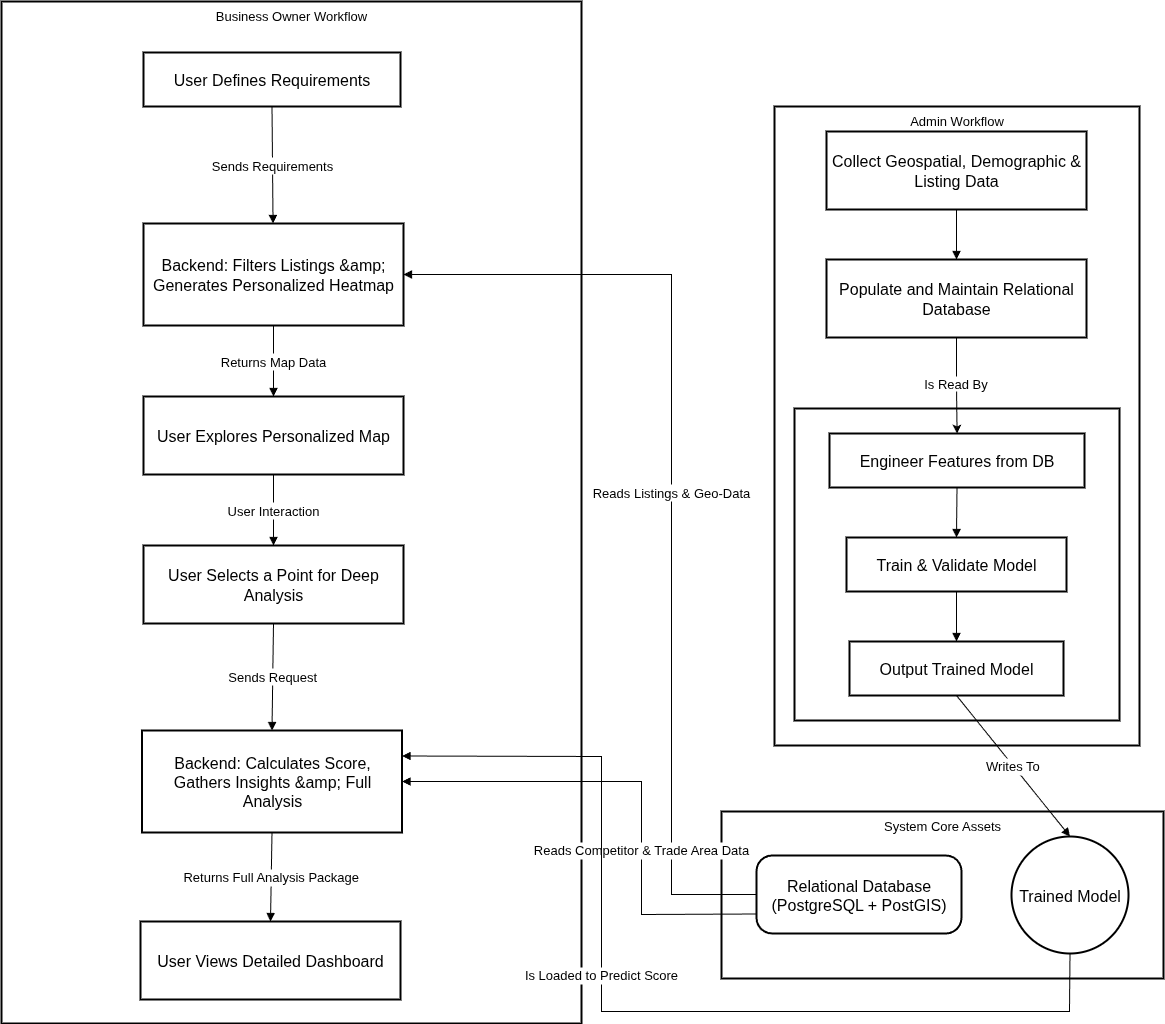
Earlier version of the draw.io export img/WorkflowDiagram.png (Sujalcha7/SiteX_Doc). Source tidied: cells renumbered, new cells last; positions are measured from the earlier drawing's top-left corner, leaving out a move shared by most shapes. Source of this version:
```xml
<mxGraphModel>
  <root>
    <mxCell id="0" />
    <mxCell id="1" parent="0" />
    <mxCell id="2" value="Business Owner Workflow" style="whiteSpace=wrap;strokeWidth=2;verticalAlign=top;fontSize=13;" parent="1" vertex="1">
      <mxGeometry width="580" height="1022" as="geometry" />
    </mxCell>
    <mxCell id="3" value="System Core Assets" style="whiteSpace=wrap;strokeWidth=2;verticalAlign=top;fontSize=13;" parent="1" vertex="1">
      <mxGeometry x="720" y="810" width="442" height="167" as="geometry" />
    </mxCell>
    <mxCell id="4" value="Admin Workflow" style="whiteSpace=wrap;strokeWidth=2;verticalAlign=top;fontSize=13;" parent="1" vertex="1">
      <mxGeometry x="773" y="105" width="365" height="639" as="geometry" />
    </mxCell>
    <mxCell id="5" value="ML Pipeline" style="whiteSpace=wrap;strokeWidth=2;fontSize=13;" parent="1" vertex="1">
      <mxGeometry x="793" y="407" width="325" height="312" as="geometry" />
    </mxCell>
    <mxCell id="6" value="Engineer Features from DB" style="whiteSpace=wrap;strokeWidth=2;fontSize=16;" parent="1" vertex="1">
      <mxGeometry x="828" y="432" width="255" height="54" as="geometry" />
    </mxCell>
    <mxCell id="7" value="Train &amp; Validate Model" style="whiteSpace=wrap;strokeWidth=2;fontSize=16;" parent="1" vertex="1">
      <mxGeometry x="845" y="536" width="220" height="54" as="geometry" />
    </mxCell>
    <mxCell id="8" value="Output Trained Model" style="whiteSpace=wrap;strokeWidth=2;fontSize=16;" parent="1" vertex="1">
      <mxGeometry x="848" y="640" width="214" height="54" as="geometry" />
    </mxCell>
    <mxCell id="9" value="Collect Geospatial, Demographic &amp; Listing Data" style="whiteSpace=wrap;strokeWidth=2;fontSize=16;" parent="1" vertex="1">
      <mxGeometry x="825" y="130" width="260" height="78" as="geometry" />
    </mxCell>
    <mxCell id="10" style="edgeStyle=orthogonalEdgeStyle;rounded=0;jettySize=auto;html=1;exitX=0.5;exitY=1;exitDx=0;exitDy=0;fontSize=13;" parent="1" edge="1" source="12" target="6">
      <mxGeometry relative="1" as="geometry" />
    </mxCell>
    <mxCell id="11" value="Is Read By" style="edgeLabel;html=1;align=center;verticalAlign=middle;fontSize=13;" parent="10" vertex="1">
      <mxGeometry x="-0.05" y="-2" relative="1" as="geometry" />
    </mxCell>
    <mxCell id="12" value="Populate and Maintain Relational Database" style="whiteSpace=wrap;strokeWidth=2;fontSize=16;" parent="1" vertex="1">
      <mxGeometry x="825" y="258" width="260" height="78" as="geometry" />
    </mxCell>
    <mxCell id="13" value="Relational Database&#10;(PostgreSQL + PostGIS)" style="rounded=1;arcSize=20;strokeWidth=2;fontSize=16;" parent="1" vertex="1">
      <mxGeometry x="755" y="854" width="205" height="78" as="geometry" />
    </mxCell>
    <mxCell id="14" value="Trained Model" style="ellipse;strokeWidth=2;whiteSpace=wrap;fontSize=16;" parent="1" vertex="1">
      <mxGeometry x="1010" y="835" width="117" height="117" as="geometry" />
    </mxCell>
    <mxCell id="15" value="User Defines Requirements" style="whiteSpace=wrap;strokeWidth=2;fontSize=16;" parent="1" vertex="1">
      <mxGeometry x="142" y="51" width="257" height="54" as="geometry" />
    </mxCell>
    <mxCell id="16" value="Backend: Filters Listings &amp;amp;&#10;Generates Personalized Heatmap" style="whiteSpace=wrap;strokeWidth=2;fontSize=16;" parent="1" vertex="1">
      <mxGeometry x="142" y="222" width="260" height="102" as="geometry" />
    </mxCell>
    <mxCell id="17" value="User Explores Personalized Map" style="whiteSpace=wrap;strokeWidth=2;fontSize=16;" parent="1" vertex="1">
      <mxGeometry x="142" y="395" width="260" height="78" as="geometry" />
    </mxCell>
    <mxCell id="18" value="User Selects a Point for Deep Analysis" style="whiteSpace=wrap;strokeWidth=2;fontSize=16;" parent="1" vertex="1">
      <mxGeometry x="142" y="544" width="260" height="78" as="geometry" />
    </mxCell>
    <mxCell id="19" value="Backend: Calculates Score,&#10;Gathers Insights &amp;amp; Full Analysis" style="whiteSpace=wrap;strokeWidth=2;fontSize=16;" parent="1" vertex="1">
      <mxGeometry x="140.5" y="729" width="260" height="102" as="geometry" />
    </mxCell>
    <mxCell id="20" value="User Views Detailed Dashboard" style="whiteSpace=wrap;strokeWidth=2;fontSize=16;" parent="1" vertex="1">
      <mxGeometry x="139" y="920" width="260" height="78" as="geometry" />
    </mxCell>
    <mxCell id="21" style="curved=1;startArrow=none;endArrow=block;exitX=0.5;exitY=1;entryX=0.5;entryY=0;rounded=0;fontSize=13;" parent="1" edge="1" source="9" target="12">
      <mxGeometry relative="1" as="geometry" />
    </mxCell>
    <mxCell id="22" style="curved=1;startArrow=none;endArrow=block;exitX=0.5;exitY=1;entryX=0.5;entryY=0;rounded=0;fontSize=13;" parent="1" edge="1" source="6" target="7">
      <mxGeometry relative="1" as="geometry" />
    </mxCell>
    <mxCell id="23" style="curved=1;startArrow=none;endArrow=block;exitX=0.5;exitY=1;entryX=0.5;entryY=0;rounded=0;fontSize=13;" parent="1" edge="1" source="7" target="8">
      <mxGeometry relative="1" as="geometry" />
    </mxCell>
    <mxCell id="24" value="Writes To" style="curved=1;startArrow=none;endArrow=block;exitX=0.5;exitY=1;entryX=0.5;entryY=0;rounded=0;fontSize=13;" parent="1" edge="1" source="8" target="14">
      <mxGeometry relative="1" as="geometry" />
    </mxCell>
    <mxCell id="25" value="Sends Requirements" style="curved=0;startArrow=none;endArrow=block;exitX=0.5;exitY=1.01;rounded=0;fontSize=13;" parent="1" edge="1" source="15" target="16">
      <mxGeometry relative="1" as="geometry" />
    </mxCell>
    <mxCell id="26" value="Reads Listings &amp; Geo-Data" style="curved=0;startArrow=none;endArrow=block;exitX=0;exitY=0.5;entryX=1;entryY=0.5;rounded=0;exitDx=0;exitDy=0;entryDx=0;entryDy=0;fontSize=13;" parent="1" edge="1" source="13" target="16">
      <mxGeometry relative="1" as="geometry">
        <Array as="points">
          <mxPoint x="670" y="893" />
          <mxPoint x="670" y="273" />
        </Array>
      </mxGeometry>
    </mxCell>
    <mxCell id="27" value="Returns Map Data" style="curved=1;startArrow=none;endArrow=block;exitX=0.5;exitY=1;entryX=0.5;entryY=0;rounded=0;fontSize=13;" parent="1" edge="1" source="16" target="17">
      <mxGeometry relative="1" as="geometry" />
    </mxCell>
    <mxCell id="28" value="User Interaction" style="curved=1;startArrow=none;endArrow=block;exitX=0.5;exitY=1;entryX=0.5;entryY=0;rounded=0;fontSize=13;" parent="1" edge="1" source="17" target="18">
      <mxGeometry relative="1" as="geometry" />
    </mxCell>
    <mxCell id="29" value="Sends Request" style="curved=0;startArrow=none;endArrow=block;exitX=0.5;exitY=1;entryX=0.5;entryY=0;rounded=0;entryDx=0;entryDy=0;fontSize=13;" parent="1" edge="1" source="18" target="19">
      <mxGeometry relative="1" as="geometry" />
    </mxCell>
    <mxCell id="30" value="Reads Competitor &amp; Trade Area Data" style="curved=0;startArrow=none;endArrow=block;entryX=1;entryY=0.5;rounded=0;entryDx=0;entryDy=0;exitX=0;exitY=0.75;exitDx=0;exitDy=0;fontSize=13;" parent="1" edge="1" source="13" target="19">
      <mxGeometry x="-0.26" relative="1" as="geometry">
        <Array as="points">
          <mxPoint x="640" y="913" />
          <mxPoint x="640" y="780" />
        </Array>
      </mxGeometry>
    </mxCell>
    <mxCell id="31" value="Is Loaded to Predict Score" style="curved=0;startArrow=none;endArrow=block;exitX=0.5;exitY=1;entryX=1;entryY=0.25;rounded=0;entryDx=0;entryDy=0;fontSize=13;" parent="1" edge="1" source="14" target="19">
      <mxGeometry x="0.15" relative="1" as="geometry">
        <Array as="points">
          <mxPoint x="1068" y="1010" />
          <mxPoint x="600" y="1010" />
          <mxPoint x="600" y="755" />
        </Array>
      </mxGeometry>
    </mxCell>
    <mxCell id="32" value="Returns Full Analysis Package" style="curved=1;startArrow=none;endArrow=block;exitX=0.5;exitY=1;entryX=0.5;entryY=0;rounded=0;fontSize=13;" parent="1" edge="1" source="19" target="20">
      <mxGeometry relative="1" as="geometry" />
    </mxCell>
  </root>
</mxGraphModel>
```
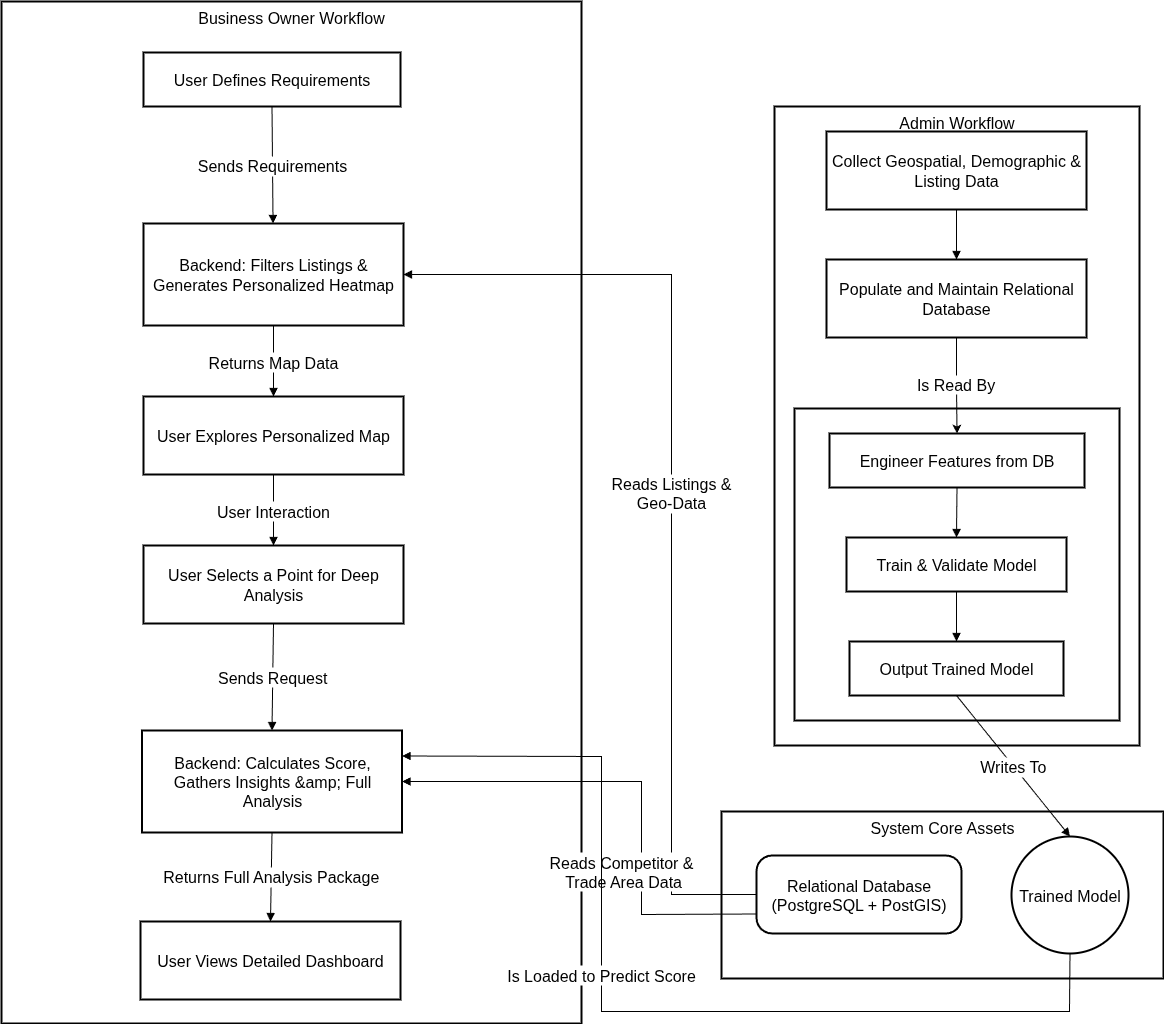
The same file after the commit.

Diff of the diagram source:
```diff
@@ -2,16 +2,16 @@
   <root>
     <mxCell id="0" />
     <mxCell id="1" parent="0" />
-    <mxCell id="2" value="Business Owner Workflow" style="whiteSpace=wrap;strokeWidth=2;verticalAlign=top;fontSize=13;" parent="1" vertex="1">
+    <mxCell id="2" value="Business Owner Workflow" style="whiteSpace=wrap;strokeWidth=2;verticalAlign=top;fontSize=16;" parent="1" vertex="1">
       <mxGeometry width="580" height="1022" as="geometry" />
     </mxCell>
-    <mxCell id="3" value="System Core Assets" style="whiteSpace=wrap;strokeWidth=2;verticalAlign=top;fontSize=13;" parent="1" vertex="1">
+    <mxCell id="3" value="System Core Assets" style="whiteSpace=wrap;strokeWidth=2;verticalAlign=top;fontSize=16;" parent="1" vertex="1">
       <mxGeometry x="720" y="810" width="442" height="167" as="geometry" />
     </mxCell>
-    <mxCell id="4" value="Admin Workflow" style="whiteSpace=wrap;strokeWidth=2;verticalAlign=top;fontSize=13;" parent="1" vertex="1">
+    <mxCell id="4" value="Admin Workflow" style="whiteSpace=wrap;strokeWidth=2;verticalAlign=top;fontSize=16;" parent="1" vertex="1">
       <mxGeometry x="773" y="105" width="365" height="639" as="geometry" />
     </mxCell>
-    <mxCell id="5" value="ML Pipeline" style="whiteSpace=wrap;strokeWidth=2;fontSize=13;" parent="1" vertex="1">
+    <mxCell id="5" value="ML Pipeline" style="whiteSpace=wrap;strokeWidth=2;fontSize=16;" parent="1" vertex="1">
       <mxGeometry x="793" y="407" width="325" height="312" as="geometry" />
     </mxCell>
     <mxCell id="6" value="Engineer Features from DB" style="whiteSpace=wrap;strokeWidth=2;fontSize=16;" parent="1" vertex="1">
@@ -26,10 +26,10 @@
     <mxCell id="9" value="Collect Geospatial, Demographic &amp; Listing Data" style="whiteSpace=wrap;strokeWidth=2;fontSize=16;" parent="1" vertex="1">
       <mxGeometry x="825" y="130" width="260" height="78" as="geometry" />
     </mxCell>
-    <mxCell id="10" style="edgeStyle=orthogonalEdgeStyle;rounded=0;jettySize=auto;html=1;exitX=0.5;exitY=1;exitDx=0;exitDy=0;fontSize=13;" parent="1" edge="1" source="12" target="6">
+    <mxCell id="10" style="edgeStyle=orthogonalEdgeStyle;rounded=0;jettySize=auto;html=1;exitX=0.5;exitY=1;exitDx=0;exitDy=0;fontSize=16;" parent="1" edge="1" source="12" target="6">
       <mxGeometry relative="1" as="geometry" />
     </mxCell>
-    <mxCell id="11" value="Is Read By" style="edgeLabel;html=1;align=center;verticalAlign=middle;fontSize=13;" parent="10" vertex="1">
+    <mxCell id="11" value="Is Read By" style="edgeLabel;html=1;align=center;verticalAlign=middle;fontSize=16;" parent="10" vertex="1">
       <mxGeometry x="-0.05" y="-2" relative="1" as="geometry" />
     </mxCell>
     <mxCell id="12" value="Populate and Maintain Relational Database" style="whiteSpace=wrap;strokeWidth=2;fontSize=16;" parent="1" vertex="1">
@@ -44,7 +44,7 @@
     <mxCell id="15" value="User Defines Requirements" style="whiteSpace=wrap;strokeWidth=2;fontSize=16;" parent="1" vertex="1">
       <mxGeometry x="142" y="51" width="257" height="54" as="geometry" />
     </mxCell>
-    <mxCell id="16" value="Backend: Filters Listings &amp;amp;&#10;Generates Personalized Heatmap" style="whiteSpace=wrap;strokeWidth=2;fontSize=16;" parent="1" vertex="1">
+    <mxCell id="16" value="Backend: Filters Listings &amp;&#10;Generates Personalized Heatmap" style="whiteSpace=wrap;strokeWidth=2;fontSize=16;" parent="1" vertex="1">
       <mxGeometry x="142" y="222" width="260" height="102" as="geometry" />
     </mxCell>
     <mxCell id="17" value="User Explores Personalized Map" style="whiteSpace=wrap;strokeWidth=2;fontSize=16;" parent="1" vertex="1">
@@ -59,22 +59,22 @@
     <mxCell id="20" value="User Views Detailed Dashboard" style="whiteSpace=wrap;strokeWidth=2;fontSize=16;" parent="1" vertex="1">
       <mxGeometry x="139" y="920" width="260" height="78" as="geometry" />
     </mxCell>
-    <mxCell id="21" style="curved=1;startArrow=none;endArrow=block;exitX=0.5;exitY=1;entryX=0.5;entryY=0;rounded=0;fontSize=13;" parent="1" edge="1" source="9" target="12">
+    <mxCell id="21" style="curved=1;startArrow=none;endArrow=block;exitX=0.5;exitY=1;entryX=0.5;entryY=0;rounded=0;fontSize=16;" parent="1" edge="1" source="9" target="12">
       <mxGeometry relative="1" as="geometry" />
     </mxCell>
-    <mxCell id="22" style="curved=1;startArrow=none;endArrow=block;exitX=0.5;exitY=1;entryX=0.5;entryY=0;rounded=0;fontSize=13;" parent="1" edge="1" source="6" target="7">
+    <mxCell id="22" style="curved=1;startArrow=none;endArrow=block;exitX=0.5;exitY=1;entryX=0.5;entryY=0;rounded=0;fontSize=16;" parent="1" edge="1" source="6" target="7">
       <mxGeometry relative="1" as="geometry" />
     </mxCell>
-    <mxCell id="23" style="curved=1;startArrow=none;endArrow=block;exitX=0.5;exitY=1;entryX=0.5;entryY=0;rounded=0;fontSize=13;" parent="1" edge="1" source="7" target="8">
+    <mxCell id="23" style="curved=1;startArrow=none;endArrow=block;exitX=0.5;exitY=1;entryX=0.5;entryY=0;rounded=0;fontSize=16;" parent="1" edge="1" source="7" target="8">
       <mxGeometry relative="1" as="geometry" />
     </mxCell>
-    <mxCell id="24" value="Writes To" style="curved=1;startArrow=none;endArrow=block;exitX=0.5;exitY=1;entryX=0.5;entryY=0;rounded=0;fontSize=13;" parent="1" edge="1" source="8" target="14">
+    <mxCell id="24" value="Writes To" style="curved=1;startArrow=none;endArrow=block;exitX=0.5;exitY=1;entryX=0.5;entryY=0;rounded=0;fontSize=16;" parent="1" edge="1" source="8" target="14">
       <mxGeometry relative="1" as="geometry" />
     </mxCell>
-    <mxCell id="25" value="Sends Requirements" style="curved=0;startArrow=none;endArrow=block;exitX=0.5;exitY=1.01;rounded=0;fontSize=13;" parent="1" edge="1" source="15" target="16">
+    <mxCell id="25" value="Sends Requirements" style="curved=0;startArrow=none;endArrow=block;exitX=0.5;exitY=1.01;rounded=0;fontSize=16;" parent="1" edge="1" source="15" target="16">
       <mxGeometry relative="1" as="geometry" />
     </mxCell>
-    <mxCell id="26" value="Reads Listings &amp; Geo-Data" style="curved=0;startArrow=none;endArrow=block;exitX=0;exitY=0.5;entryX=1;entryY=0.5;rounded=0;exitDx=0;exitDy=0;entryDx=0;entryDy=0;fontSize=13;" parent="1" edge="1" source="13" target="16">
+    <mxCell id="26" value="Reads Listings &amp;&#10;Geo-Data" style="curved=0;startArrow=none;endArrow=block;exitX=0;exitY=0.5;entryX=1;entryY=0.5;rounded=0;exitDx=0;exitDy=0;entryDx=0;entryDy=0;fontSize=16;" parent="1" edge="1" source="13" target="16">
       <mxGeometry relative="1" as="geometry">
         <Array as="points">
           <mxPoint x="670" y="893" />
@@ -82,24 +82,25 @@
         </Array>
       </mxGeometry>
     </mxCell>
-    <mxCell id="27" value="Returns Map Data" style="curved=1;startArrow=none;endArrow=block;exitX=0.5;exitY=1;entryX=0.5;entryY=0;rounded=0;fontSize=13;" parent="1" edge="1" source="16" target="17">
+    <mxCell id="27" value="Returns Map Data" style="curved=1;startArrow=none;endArrow=block;exitX=0.5;exitY=1;entryX=0.5;entryY=0;rounded=0;fontSize=16;" parent="1" edge="1" source="16" target="17">
       <mxGeometry relative="1" as="geometry" />
     </mxCell>
-    <mxCell id="28" value="User Interaction" style="curved=1;startArrow=none;endArrow=block;exitX=0.5;exitY=1;entryX=0.5;entryY=0;rounded=0;fontSize=13;" parent="1" edge="1" source="17" target="18">
+    <mxCell id="28" value="User Interaction" style="curved=1;startArrow=none;endArrow=block;exitX=0.5;exitY=1;entryX=0.5;entryY=0;rounded=0;fontSize=16;" parent="1" edge="1" source="17" target="18">
       <mxGeometry relative="1" as="geometry" />
     </mxCell>
-    <mxCell id="29" value="Sends Request" style="curved=0;startArrow=none;endArrow=block;exitX=0.5;exitY=1;entryX=0.5;entryY=0;rounded=0;entryDx=0;entryDy=0;fontSize=13;" parent="1" edge="1" source="18" target="19">
+    <mxCell id="29" value="Sends Request" style="curved=0;startArrow=none;endArrow=block;exitX=0.5;exitY=1;entryX=0.5;entryY=0;rounded=0;entryDx=0;entryDy=0;fontSize=16;" parent="1" edge="1" source="18" target="19">
       <mxGeometry relative="1" as="geometry" />
     </mxCell>
-    <mxCell id="30" value="Reads Competitor &amp; Trade Area Data" style="curved=0;startArrow=none;endArrow=block;entryX=1;entryY=0.5;rounded=0;entryDx=0;entryDy=0;exitX=0;exitY=0.75;exitDx=0;exitDy=0;fontSize=13;" parent="1" edge="1" source="13" target="19">
-      <mxGeometry x="-0.26" relative="1" as="geometry">
+    <mxCell id="30" value="Reads Competitor &amp;&#10; Trade Area Data" style="curved=0;startArrow=none;endArrow=block;entryX=1;entryY=0.5;rounded=0;entryDx=0;entryDy=0;exitX=0;exitY=0.75;exitDx=0;exitDy=0;fontSize=16;" parent="1" edge="1" source="13" target="19">
+      <mxGeometry x="-0.35" y="20" relative="1" as="geometry">
         <Array as="points">
           <mxPoint x="640" y="913" />
           <mxPoint x="640" y="780" />
         </Array>
+        <mxPoint y="-1" as="offset" />
       </mxGeometry>
     </mxCell>
-    <mxCell id="31" value="Is Loaded to Predict Score" style="curved=0;startArrow=none;endArrow=block;exitX=0.5;exitY=1;entryX=1;entryY=0.25;rounded=0;entryDx=0;entryDy=0;fontSize=13;" parent="1" edge="1" source="14" target="19">
+    <mxCell id="31" value="Is Loaded to Predict Score" style="curved=0;startArrow=none;endArrow=block;exitX=0.5;exitY=1;entryX=1;entryY=0.25;rounded=0;entryDx=0;entryDy=0;fontSize=16;" parent="1" edge="1" source="14" target="19">
       <mxGeometry x="0.15" relative="1" as="geometry">
         <Array as="points">
           <mxPoint x="1068" y="1010" />
@@ -108,7 +109,7 @@
         </Array>
       </mxGeometry>
     </mxCell>
-    <mxCell id="32" value="Returns Full Analysis Package" style="curved=1;startArrow=none;endArrow=block;exitX=0.5;exitY=1;entryX=0.5;entryY=0;rounded=0;fontSize=13;" parent="1" edge="1" source="19" target="20">
+    <mxCell id="32" value="Returns Full Analysis Package" style="curved=1;startArrow=none;endArrow=block;exitX=0.5;exitY=1;entryX=0.5;entryY=0;rounded=0;fontSize=16;" parent="1" edge="1" source="19" target="20">
       <mxGeometry relative="1" as="geometry" />
     </mxCell>
   </root>
```
